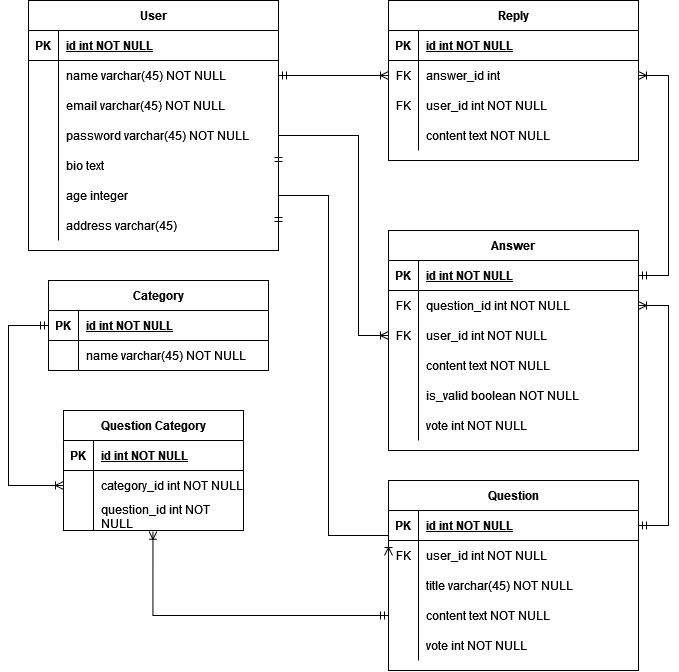
This is ERD.png from satya2221/sanbercode-final-project, a draw.io export, as it was before one commit. Source tidied: cells renumbered, new cells last; positions are measured from the earlier drawing's top-left corner, leaving out a move shared by most shapes.
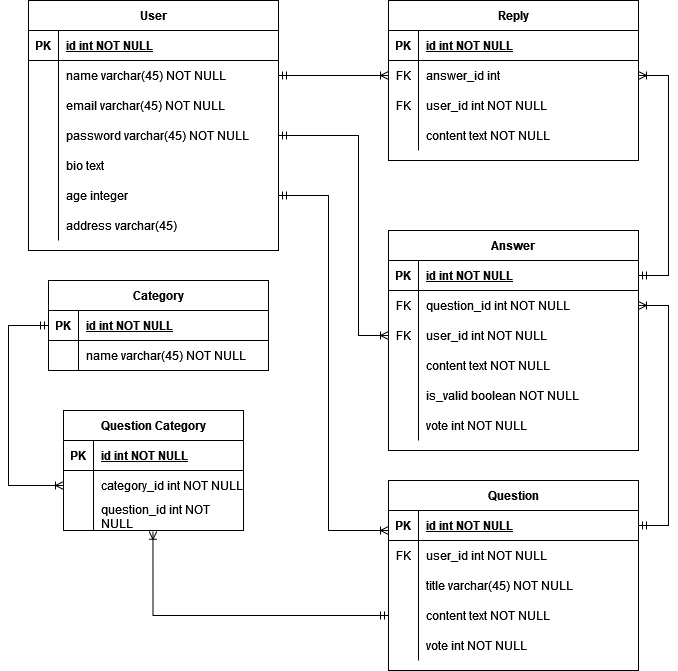
The same file after the commit.

What changed in the source:
```diff
@@ -271,15 +271,15 @@
         </Array>
       </mxGeometry>
     </mxCell>
-    <mxCell id="90" style="edgeStyle=orthogonalEdgeStyle;fontSize=12;html=1;endArrow=ERoneToMany;startArrow=ERmandOne;rounded=0;exitX=1;exitY=0.5;exitDx=0;exitDy=0;entryX=0;entryY=0.5;entryDx=0;entryDy=0;" parent="1" edge="1" source="56" target="6">
+    <mxCell id="90" style="edgeStyle=orthogonalEdgeStyle;fontSize=12;html=1;endArrow=ERoneToMany;startArrow=ERmandOne;rounded=0;" parent="1" edge="1" source="53" target="3">
       <mxGeometry relative="1" as="geometry">
         <Array as="points">
           <mxPoint x="320" y="195" />
-          <mxPoint x="320" y="535" />
+          <mxPoint x="320" y="530" />
         </Array>
       </mxGeometry>
     </mxCell>
-    <mxCell id="91" style="edgeStyle=orthogonalEdgeStyle;fontSize=12;html=1;endArrow=ERoneToMany;startArrow=ERmandOne;rounded=0;exitX=1;exitY=0.5;exitDx=0;exitDy=0;" parent="1" edge="1" source="50" target="25">
+    <mxCell id="91" style="edgeStyle=orthogonalEdgeStyle;fontSize=12;html=1;endArrow=ERoneToMany;startArrow=ERmandOne;rounded=0;" parent="1" edge="1" source="47" target="25">
       <mxGeometry relative="1" as="geometry">
         <Array as="points">
           <mxPoint x="350" y="135" />
```
